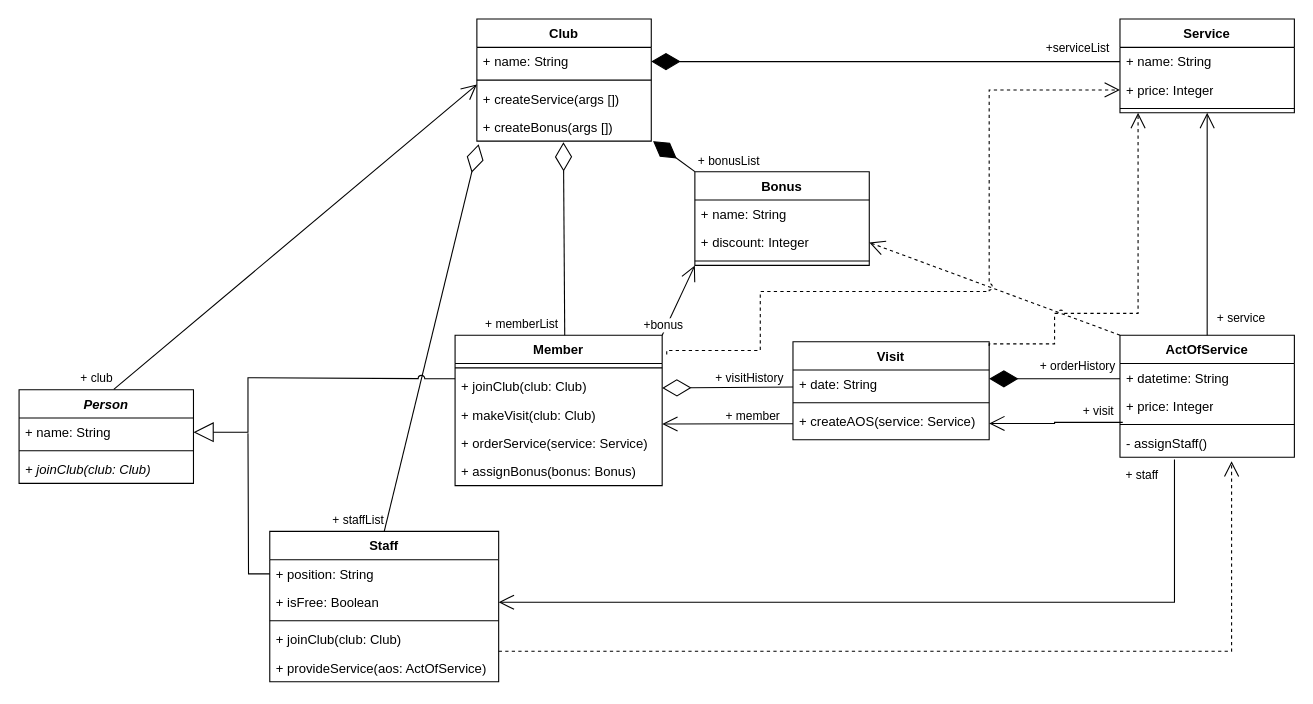
Before: page "Диаграмма классов" (1 of 3) of Lab_2/Lab_2.drawio in 4lnULpGkuW/OOAD, a draw.io diagram. Source tidied: cells renumbered, new cells numbered last; positions are measured from the earlier drawing's top-left corner, leaving out a move shared by most shapes. Both pictures are drawn from the tidied source at 109%, with x=0, y=0 at pixel (19, 19).
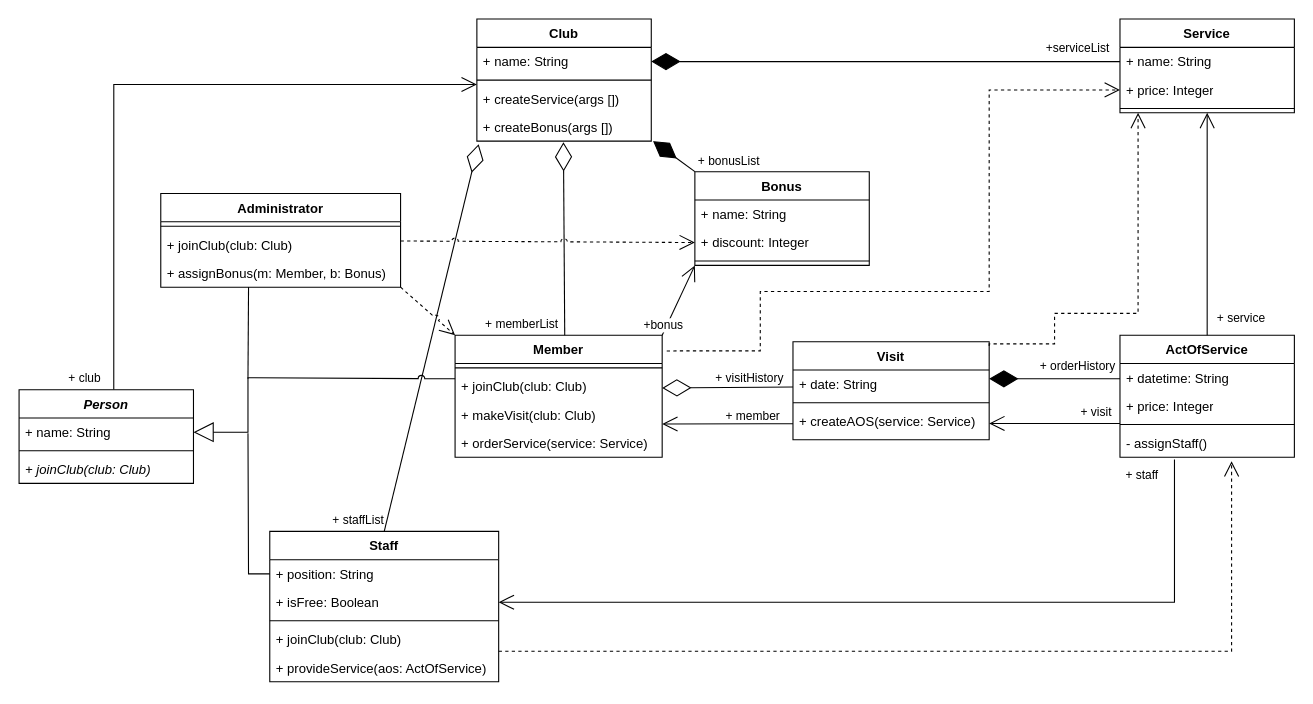
Above is the later version.

The change refers to these unchanged cells:
```xml
<mxCell id="9" value="+ name: String" style="text;strokeColor=none;fillColor=none;align=left;verticalAlign=top;spacingLeft=4;spacingRight=4;overflow=hidden;points=[[0,0.5],[1,0.5]];portConstraint=eastwest;whiteSpace=wrap;html=1;" parent="8" vertex="1">
  <mxGeometry y="26" width="160" height="26" as="geometry" />
</mxCell>
<mxCell id="19" value="+ discount: Integer" style="text;strokeColor=none;fillColor=none;align=left;verticalAlign=top;spacingLeft=4;spacingRight=4;overflow=hidden;points=[[0,0.5],[1,0.5]];portConstraint=eastwest;whiteSpace=wrap;html=1;" parent="17" vertex="1">
  <mxGeometry y="52" width="160" height="26" as="geometry" />
</mxCell>
<mxCell id="24" value="+ createAOS(service: Service)" style="text;strokeColor=none;fillColor=none;align=left;verticalAlign=top;spacingLeft=4;spacingRight=4;overflow=hidden;points=[[0,0.5],[1,0.5]];portConstraint=eastwest;whiteSpace=wrap;html=1;" parent="21" vertex="1">
  <mxGeometry y="60" width="180" height="30" as="geometry" />
</mxCell>
<mxCell id="31" value="ActOfService" style="swimlane;fontStyle=1;align=center;verticalAlign=top;horizontal=1;startSize=26;whiteSpace=wrap;html=1;" parent="1" vertex="1">
  <mxGeometry x="1010" y="290" width="160" height="112" as="geometry" />
</mxCell>
<mxCell id="33" value="+ price: Integer" style="text;strokeColor=none;fillColor=none;align=left;verticalAlign=top;spacingLeft=4;spacingRight=4;overflow=hidden;points=[[0,0.5],[1,0.5]];portConstraint=eastwest;whiteSpace=wrap;html=1;" parent="31" vertex="1">
  <mxGeometry y="52" width="160" height="26" as="geometry" />
</mxCell>
<mxCell id="50" value="&lt;i&gt;Person&lt;/i&gt;" style="swimlane;fontStyle=1;align=center;verticalAlign=top;horizontal=1;startSize=26;whiteSpace=wrap;html=1;" parent="1" vertex="1">
  <mxGeometry y="340" width="160" height="86" as="geometry" />
</mxCell>
```

The edit, as a diff of the source:
```diff
@@
     <mxCell id="2" value="Member" style="swimlane;fontStyle=1;align=center;verticalAlign=top;horizontal=1;startSize=26;whiteSpace=wrap;html=1;" parent="1" vertex="1">
-      <mxGeometry x="400" y="290" width="190" height="138" as="geometry" />
+      <mxGeometry x="400" y="290" width="190" height="112" as="geometry" />
     </mxCell>
@@
-    <mxCell id="7" value="+ assignBonus(bonus: Bonus&lt;span style=&quot;background-color: initial;&quot;&gt;)&lt;/span&gt;" style="text;strokeColor=none;fillColor=none;align=left;verticalAlign=top;spacingLeft=4;spacingRight=4;overflow=hidden;points=[[0,0.5],[1,0.5]];portConstraint=eastwest;whiteSpace=wrap;html=1;" parent="2" vertex="1">
-      <mxGeometry y="112" width="190" height="26" as="geometry" />
-    </mxCell>
@@
-    <mxCell id="54" style="endArrow=open;endSize=12;dashed=1;html=1;rounded=0;entryX=1;entryY=0.5;entryDx=0;entryDy=0;exitX=0;exitY=0;exitDx=0;exitDy=0;jumpStyle=arc;" parent="1" edge="1" source="31" target="19">
-      <mxGeometry relative="1" as="geometry" />
-    </mxCell>
@@
-    <mxCell id="62" style="endArrow=open;endFill=1;endSize=12;html=1;rounded=0;entryX=0;entryY=1.308;entryDx=0;entryDy=0;entryPerimeter=0;exitX=0.543;exitY=-0.003;exitDx=0;exitDy=0;exitPerimeter=0;" parent="1" edge="1" source="50" target="9">
+    <mxCell id="62" style="endArrow=open;endFill=1;endSize=12;html=1;rounded=0;entryX=0;entryY=1.308;entryDx=0;entryDy=0;entryPerimeter=0;exitX=0.543;exitY=-0.003;exitDx=0;exitDy=0;exitPerimeter=0;edgeStyle=orthogonalEdgeStyle;" parent="1" edge="1" source="50" target="9">
       <mxGeometry relative="1" as="geometry" />
     </mxCell>
     <mxCell id="63" value="+ club" style="edgeLabel;html=1;align=center;verticalAlign=middle;" parent="62" vertex="1">
       <mxGeometry x="-0.75" y="3" relative="1" as="geometry">
-        <mxPoint x="-56" y="26" as="offset" />
+        <mxPoint x="-24" y="66" as="offset" />
       </mxGeometry>
     </mxCell>
@@
-    <mxCell id="67" value="+ visit" style="endArrow=open;endSize=12;html=1;rounded=0;edgeStyle=orthogonalEdgeStyle;entryX=1;entryY=0.5;entryDx=0;entryDy=0;exitX=0.016;exitY=1.077;exitDx=0;exitDy=0;exitPerimeter=0;" parent="1" edge="1" source="33" target="24">
-      <mxGeometry x="-0.63" y="-10" relative="1" as="geometry" />
+    <mxCell id="67" value="+ visit" style="endArrow=open;endSize=12;html=1;rounded=0;entryX=1;entryY=0.5;entryDx=0;entryDy=0;" parent="1" edge="1" target="24">
+      <mxGeometry x="-0.63" y="-10" relative="1" as="geometry">
+        <mxPoint x="1010" y="371" as="sourcePoint" />
+      </mxGeometry>
     </mxCell>
@@
+    <mxCell id="69" style="rounded=0;jettySize=auto;html=1;endArrow=none;endFill=0;exitX=0.366;exitY=0.997;exitDx=0;exitDy=0;exitPerimeter=0;" parent="1" edge="1" source="7">
+      <mxGeometry relative="1" as="geometry">
+        <mxPoint x="210" y="330" as="targetPoint" />
+      </mxGeometry>
+    </mxCell>
+    <mxCell id="70" style="rounded=0;jettySize=auto;html=1;entryX=0;entryY=0.5;entryDx=0;entryDy=0;dashed=1;endArrow=open;endFill=0;endSize=12;jumpStyle=arc;" parent="1" edge="1" source="71" target="19">
+      <mxGeometry relative="1" as="geometry" />
+    </mxCell>
+    <mxCell id="71" value="Administrator" style="swimlane;fontStyle=1;align=center;verticalAlign=top;horizontal=1;startSize=26;whiteSpace=wrap;html=1;" parent="1" vertex="1">
+      <mxGeometry x="130" y="160" width="220" height="86" as="geometry" />
+    </mxCell>
+    <mxCell id="72" style="line;strokeWidth=1;fillColor=none;align=left;verticalAlign=middle;spacingTop=-1;spacingLeft=3;spacingRight=3;labelPosition=right;strokeColor=inherit;" parent="71" vertex="1">
+      <mxGeometry y="26" width="220" height="8" as="geometry" />
+    </mxCell>
+    <mxCell id="73" value="+ joinClub(club: Club&lt;span style=&quot;background-color: initial;&quot;&gt;)&lt;/span&gt;" style="text;strokeColor=none;fillColor=none;align=left;verticalAlign=top;spacingLeft=4;spacingRight=4;overflow=hidden;whiteSpace=wrap;html=1;" parent="71" vertex="1">
+      <mxGeometry y="34" width="220" height="26" as="geometry" />
+    </mxCell>
+    <mxCell id="7" value="+ assignBonus(m: Member, b: Bonus&lt;span style=&quot;background-color: initial;&quot;&gt;)&lt;/span&gt;" style="text;strokeColor=none;fillColor=none;align=left;verticalAlign=top;spacingLeft=4;spacingRight=4;overflow=hidden;points=[[0,0.5],[1,0.5]];portConstraint=eastwest;whiteSpace=wrap;html=1;" parent="71" vertex="1">
+      <mxGeometry y="60" width="220" height="26" as="geometry" />
+    </mxCell>
+    <mxCell id="74" style="rounded=0;jettySize=auto;html=1;entryX=0;entryY=0;entryDx=0;entryDy=0;dashed=1;endArrow=open;endFill=0;endSize=12;jumpStyle=arc;" parent="1" edge="1" target="2">
+      <mxGeometry relative="1" as="geometry">
+        <mxPoint x="350" y="246" as="sourcePoint" />
+      </mxGeometry>
+    </mxCell>
```
